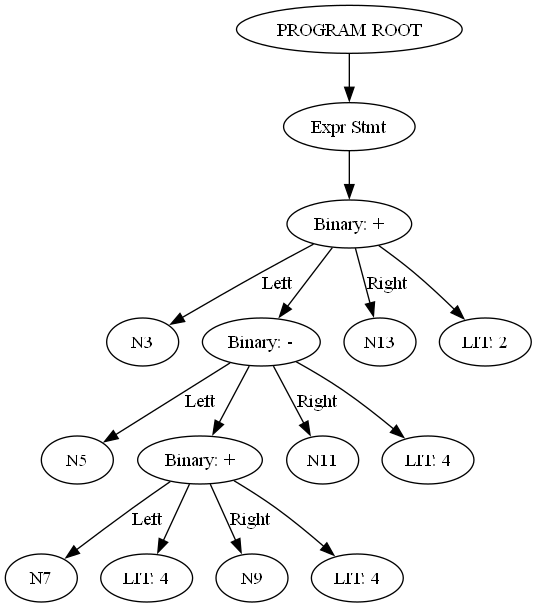
Earlier version of the Graphviz export ast.png (dawabeza/MY-LAGUAGE). Its source is kept beside it as ast.dot.
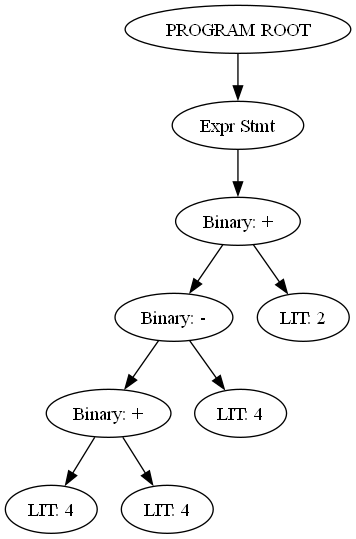
After the change.

Diff of the diagram source:
```diff
@@ -1,26 +1,20 @@
 digraph AST {
-    rankdir=TB; // Top to Bottom layout
+    rankdir=TB;
     N0 [label="PROGRAM ROOT"];
     N1 [label="Expr Stmt"];
-    N0 -> N1 [label=""];
+    N0 -> N1;
     N2 [label="Binary: +"];
-    N1 -> N2 [label=""];
-    N2 -> N3 [label="Left"];
-    N4 [label="Binary: -"];
-    N2 -> N4 [label=""];
-    N4 -> N5 [label="Left"];
-    N6 [label="Binary: +"];
-    N4 -> N6 [label=""];
-    N6 -> N7 [label="Left"];
-    N8 [label="LIT: 4"];
-    N6 -> N8 [label=""];
-    N6 -> N9 [label="Right"];
-    N10 [label="LIT: 4"];
-    N6 -> N10 [label=""];
-    N4 -> N11 [label="Right"];
-    N12 [label="LIT: 4"];
-    N4 -> N12 [label=""];
-    N2 -> N13 [label="Right"];
-    N14 [label="LIT: 2"];
-    N2 -> N14 [label=""];
+    N1 -> N2;
+    N3 [label="Binary: -"];
+    N2 -> N3;
+    N4 [label="Binary: +"];
+    N3 -> N4;
+    N5 [label="LIT: 4"];
+    N4 -> N5;
+    N6 [label="LIT: 4"];
+    N4 -> N6;
+    N7 [label="LIT: 4"];
+    N3 -> N7;
+    N8 [label="LIT: 2"];
+    N2 -> N8;
 }
```
